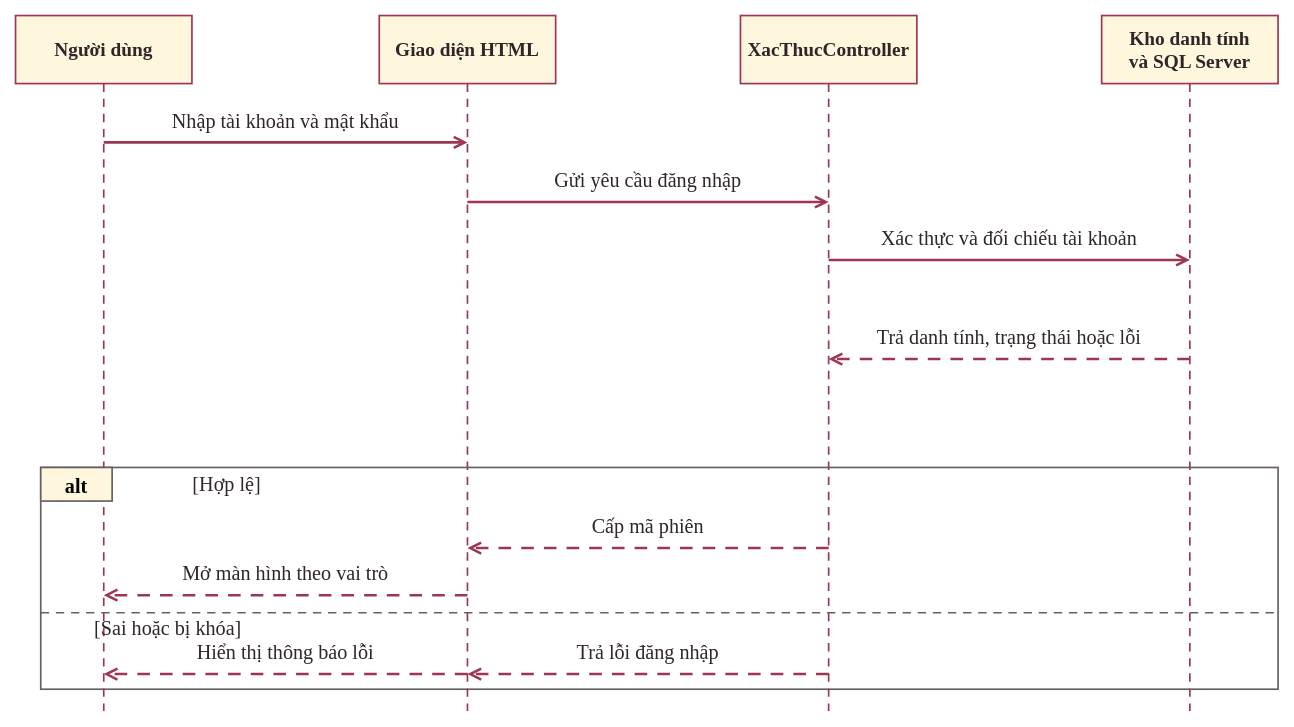
The draw.io diagram 03_So_do_Drawio/05_So_do_tuan_tu/Hinh_3_08_Tuan_tu_dang_nhap_cuc_bo.drawio in truonggiabao24072005-stack/CIV-01-Cong-Mot-Cua, before the edit. Source tidied: cells renumbered, new cells numbered last; positions are measured from the earlier drawing's top-left corner, leaving out a move shared by most shapes. Both pictures are drawn from the tidied source at 84%, with x=0, y=0 at pixel (15, 15).
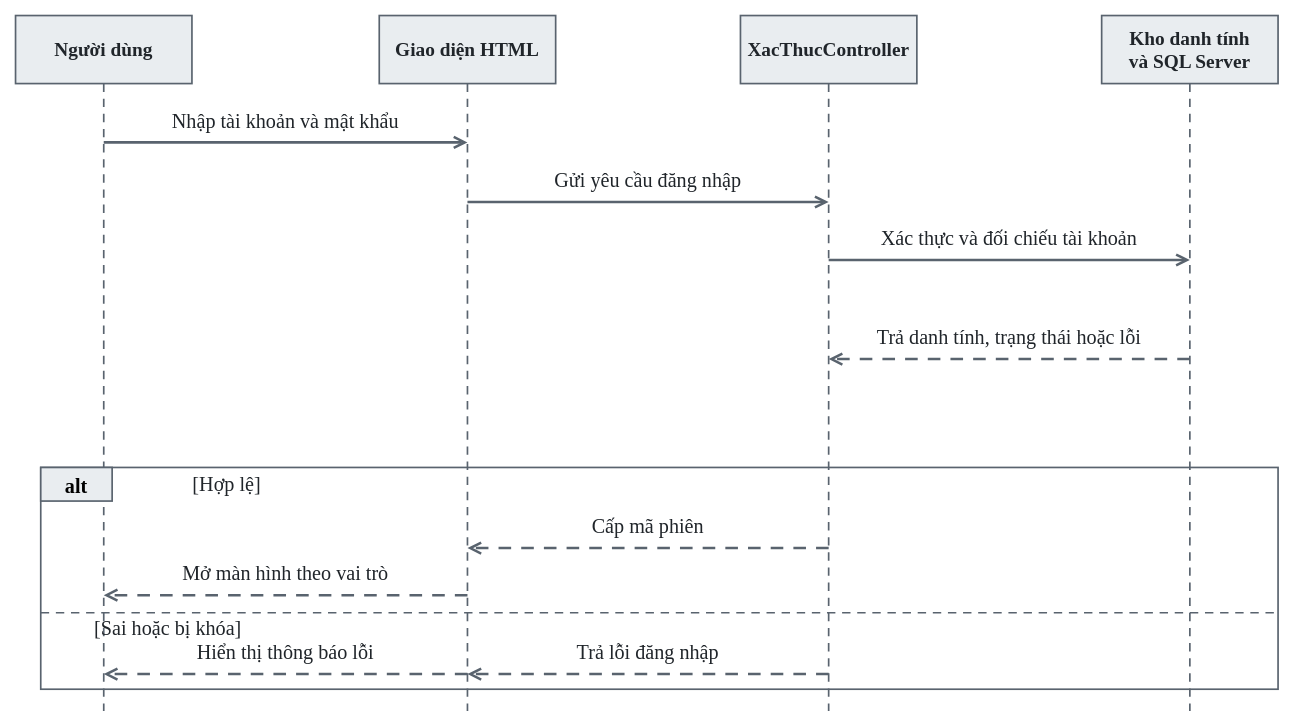
The same diagram, later.

The edit, as a diff of the source:
```diff
@@
-    <mxCell id="2" value="Người dùng" style="rounded=0;whiteSpace=wrap;html=0;verticalAlign=middle;align=center;fillColor=#FFF6DE;strokeColor=#9E3651;strokeWidth=2;fontColor=#302628;fontFamily=Times New Roman;fontStyle=1;fontSize=23;" parent="1" vertex="1">
+    <mxCell id="2" value="Người dùng" style="rounded=0;whiteSpace=wrap;html=0;verticalAlign=middle;align=center;fillColor=#E9EDF0;strokeColor=#59636E;strokeWidth=2;fontColor=#20252A;fontFamily=Times New Roman;fontStyle=1;fontSize=23;" parent="1" vertex="1">
       <mxGeometry width="210" height="81" as="geometry" />
     </mxCell>
-    <mxCell id="3" style="edgeStyle=none;rounded=0;strokeColor=#9E3651;strokeWidth=2;dashed=1;dashPattern=5 4;endArrow=none;endSize=10;endFill=0;exitX=0.5;exitY=1;" parent="1" edge="1" source="2">
+    <mxCell id="3" style="edgeStyle=none;rounded=0;strokeColor=#59636E;strokeWidth=2;dashed=1;dashPattern=5 4;endArrow=none;endSize=10;endFill=0;exitX=0.5;exitY=1;" parent="1" edge="1" source="2">
       <mxGeometry relative="1" as="geometry">
         <mxPoint x="105" y="828" as="targetPoint" />
       </mxGeometry>
     </mxCell>
-    <mxCell id="4" value="Giao diện HTML" style="rounded=0;whiteSpace=wrap;html=0;verticalAlign=middle;align=center;fillColor=#FFF6DE;strokeColor=#9E3651;strokeWidth=2;fontColor=#302628;fontFamily=Times New Roman;fontStyle=1;fontSize=23;" parent="1" vertex="1">
+    <mxCell id="4" value="Giao diện HTML" style="rounded=0;whiteSpace=wrap;html=0;verticalAlign=middle;align=center;fillColor=#E9EDF0;strokeColor=#59636E;strokeWidth=2;fontColor=#20252A;fontFamily=Times New Roman;fontStyle=1;fontSize=23;" parent="1" vertex="1">
       <mxGeometry x="433" width="210" height="81" as="geometry" />
     </mxCell>
-    <mxCell id="5" style="edgeStyle=none;rounded=0;strokeColor=#9E3651;strokeWidth=2;dashed=1;dashPattern=5 4;endArrow=none;endSize=10;endFill=0;exitX=0.5;exitY=1;" parent="1" edge="1" source="4">
+    <mxCell id="5" style="edgeStyle=none;rounded=0;strokeColor=#59636E;strokeWidth=2;dashed=1;dashPattern=5 4;endArrow=none;endSize=10;endFill=0;exitX=0.5;exitY=1;" parent="1" edge="1" source="4">
       <mxGeometry relative="1" as="geometry">
         <mxPoint x="538" y="828" as="targetPoint" />
       </mxGeometry>
     </mxCell>
-    <mxCell id="6" value="XacThucController" style="rounded=0;whiteSpace=wrap;html=0;verticalAlign=middle;align=center;fillColor=#FFF6DE;strokeColor=#9E3651;strokeWidth=2;fontColor=#302628;fontFamily=Times New Roman;fontStyle=1;fontSize=23;" parent="1" vertex="1">
+    <mxCell id="6" value="XacThucController" style="rounded=0;whiteSpace=wrap;html=0;verticalAlign=middle;align=center;fillColor=#E9EDF0;strokeColor=#59636E;strokeWidth=2;fontColor=#20252A;fontFamily=Times New Roman;fontStyle=1;fontSize=23;" parent="1" vertex="1">
       <mxGeometry x="863" width="210" height="81" as="geometry" />
     </mxCell>
-    <mxCell id="7" style="edgeStyle=none;rounded=0;strokeColor=#9E3651;strokeWidth=2;dashed=1;dashPattern=5 4;endArrow=none;endSize=10;endFill=0;exitX=0.5;exitY=1;" parent="1" edge="1" source="6">
+    <mxCell id="7" style="edgeStyle=none;rounded=0;strokeColor=#59636E;strokeWidth=2;dashed=1;dashPattern=5 4;endArrow=none;endSize=10;endFill=0;exitX=0.5;exitY=1;" parent="1" edge="1" source="6">
       <mxGeometry relative="1" as="geometry">
         <mxPoint x="968" y="828" as="targetPoint" />
       </mxGeometry>
     </mxCell>
-    <mxCell id="8" value="Kho danh tính&#10;và SQL Server" style="rounded=0;whiteSpace=wrap;html=0;verticalAlign=middle;align=center;fillColor=#FFF6DE;strokeColor=#9E3651;strokeWidth=2;fontColor=#302628;fontFamily=Times New Roman;fontStyle=1;fontSize=23;" parent="1" vertex="1">
+    <mxCell id="8" value="Kho danh tính&#10;và SQL Server" style="rounded=0;whiteSpace=wrap;html=0;verticalAlign=middle;align=center;fillColor=#E9EDF0;strokeColor=#59636E;strokeWidth=2;fontColor=#20252A;fontFamily=Times New Roman;fontStyle=1;fontSize=23;" parent="1" vertex="1">
       <mxGeometry x="1293" width="210" height="81" as="geometry" />
     </mxCell>
-    <mxCell id="9" style="edgeStyle=none;rounded=0;strokeColor=#9E3651;strokeWidth=2;dashed=1;dashPattern=5 4;endArrow=none;endSize=10;endFill=0;exitX=0.5;exitY=1;" parent="1" edge="1" source="8">
+    <mxCell id="9" style="edgeStyle=none;rounded=0;strokeColor=#59636E;strokeWidth=2;dashed=1;dashPattern=5 4;endArrow=none;endSize=10;endFill=0;exitX=0.5;exitY=1;" parent="1" edge="1" source="8">
       <mxGeometry relative="1" as="geometry">
         <mxPoint x="1398" y="828" as="targetPoint" />
       </mxGeometry>
     </mxCell>
-    <mxCell id="10" style="rounded=0;fillColor=none;strokeColor=#68605F;strokeWidth=2;" parent="1" vertex="1">
+    <mxCell id="10" style="rounded=0;fillColor=none;strokeColor=#59636E;strokeWidth=2;" parent="1" vertex="1">
       <mxGeometry x="30" y="538" width="1473" height="264" as="geometry" />
     </mxCell>
-    <mxCell id="11" value="alt" style="rounded=0;fillColor=#FFF6DE;strokeColor=#68605F;strokeWidth=2;fontFamily=Times New Roman;fontSize=24;fontStyle=1;" parent="1" vertex="1">
+    <mxCell id="11" value="alt" style="rounded=0;fillColor=#E9EDF0;strokeColor=#59636E;strokeWidth=2;fontFamily=Times New Roman;fontSize=24;fontStyle=1;" parent="1" vertex="1">
       <mxGeometry x="30" y="538" width="85" height="40" as="geometry" />
     </mxCell>
-    <mxCell id="12" style="edgeStyle=none;rounded=0;strokeColor=#68605F;strokeWidth=2;dashed=1;dashPattern=5 4;endArrow=none;endSize=10;endFill=0;" parent="1" edge="1">
+    <mxCell id="12" style="edgeStyle=none;rounded=0;strokeColor=#59636E;strokeWidth=2;dashed=1;dashPattern=5 4;endArrow=none;endSize=10;endFill=0;" parent="1" edge="1">
       <mxGeometry relative="1" as="geometry">
         <mxPoint x="30" y="711" as="sourcePoint" />
         <mxPoint x="1503" y="711" as="targetPoint" />
       </mxGeometry>
     </mxCell>
-    <mxCell id="13" value="[Hợp lệ]" style="text;strokeColor=none;fillColor=none;align=left;verticalAlign=middle;whiteSpace=wrap;html=0;fontSize=24;fontFamily=Times New Roman;fontColor=#302628;" parent="1" vertex="1">
+    <mxCell id="13" value="[Hợp lệ]" style="text;strokeColor=none;fillColor=none;align=left;verticalAlign=middle;whiteSpace=wrap;html=0;fontSize=24;fontFamily=Times New Roman;fontColor=#20252A;" parent="1" vertex="1">
       <mxGeometry x="209" y="540" width="170" height="36" as="geometry" />
     </mxCell>
-    <mxCell id="14" value="[Sai hoặc bị khóa]" style="text;strokeColor=none;fillColor=none;align=left;verticalAlign=middle;whiteSpace=wrap;html=0;fontSize=24;fontFamily=Times New Roman;fontColor=#302628;" parent="1" vertex="1">
+    <mxCell id="14" value="[Sai hoặc bị khóa]" style="text;strokeColor=none;fillColor=none;align=left;verticalAlign=middle;whiteSpace=wrap;html=0;fontSize=24;fontFamily=Times New Roman;fontColor=#20252A;" parent="1" vertex="1">
       <mxGeometry x="92" y="712" width="235" height="36" as="geometry" />
     </mxCell>
-    <mxCell id="15" style="edgeStyle=none;rounded=0;strokeColor=#9E3651;strokeWidth=3;dashed=0;dashPattern=5 4;endArrow=open;endSize=10;endFill=0;" parent="1" edge="1">
+    <mxCell id="15" style="edgeStyle=none;rounded=0;strokeColor=#59636E;strokeWidth=3;dashed=0;dashPattern=5 4;endArrow=open;endSize=10;endFill=0;" parent="1" edge="1">
       <mxGeometry relative="1" as="geometry">
         <mxPoint x="105" y="151" as="sourcePoint" />
         <mxPoint x="538" y="151" as="targetPoint" />
       </mxGeometry>
     </mxCell>
-    <mxCell id="16" value="Nhập tài khoản và mật khẩu" style="text;strokeColor=none;fillColor=none;align=center;verticalAlign=middle;whiteSpace=wrap;html=0;fontSize=24;fontFamily=Times New Roman;fontColor=#302628;" parent="1" vertex="1">
+    <mxCell id="16" value="Nhập tài khoản và mật khẩu" style="text;strokeColor=none;fillColor=none;align=center;verticalAlign=middle;whiteSpace=wrap;html=0;fontSize=24;fontFamily=Times New Roman;fontColor=#20252A;" parent="1" vertex="1">
       <mxGeometry x="110" y="109" width="423" height="33" as="geometry" />
     </mxCell>
-    <mxCell id="17" style="edgeStyle=none;rounded=0;strokeColor=#9E3651;strokeWidth=3;dashed=0;dashPattern=5 4;endArrow=open;endSize=10;endFill=0;" parent="1" edge="1">
+    <mxCell id="17" style="edgeStyle=none;rounded=0;strokeColor=#59636E;strokeWidth=3;dashed=0;dashPattern=5 4;endArrow=open;endSize=10;endFill=0;" parent="1" edge="1">
       <mxGeometry relative="1" as="geometry">
         <mxPoint x="538" y="222" as="sourcePoint" />
         <mxPoint x="968" y="222" as="targetPoint" />
       </mxGeometry>
     </mxCell>
-    <mxCell id="18" value="Gửi yêu cầu đăng nhập" style="text;strokeColor=none;fillColor=none;align=center;verticalAlign=middle;whiteSpace=wrap;html=0;fontSize=24;fontFamily=Times New Roman;fontColor=#302628;" parent="1" vertex="1">
+    <mxCell id="18" value="Gửi yêu cầu đăng nhập" style="text;strokeColor=none;fillColor=none;align=center;verticalAlign=middle;whiteSpace=wrap;html=0;fontSize=24;fontFamily=Times New Roman;fontColor=#20252A;" parent="1" vertex="1">
       <mxGeometry x="543" y="180" width="420" height="33" as="geometry" />
     </mxCell>
-    <mxCell id="19" style="edgeStyle=none;rounded=0;strokeColor=#9E3651;strokeWidth=3;dashed=0;dashPattern=5 4;endArrow=open;endSize=10;endFill=0;" parent="1" edge="1">
+    <mxCell id="19" style="edgeStyle=none;rounded=0;strokeColor=#59636E;strokeWidth=3;dashed=0;dashPattern=5 4;endArrow=open;endSize=10;endFill=0;" parent="1" edge="1">
       <mxGeometry relative="1" as="geometry">
         <mxPoint x="968" y="291" as="sourcePoint" />
         <mxPoint x="1398" y="291" as="targetPoint" />
       </mxGeometry>
     </mxCell>
-    <mxCell id="20" value="Xác thực và đối chiếu tài khoản" style="text;strokeColor=none;fillColor=none;align=center;verticalAlign=middle;whiteSpace=wrap;html=0;fontSize=24;fontFamily=Times New Roman;fontColor=#302628;" parent="1" vertex="1">
+    <mxCell id="20" value="Xác thực và đối chiếu tài khoản" style="text;strokeColor=none;fillColor=none;align=center;verticalAlign=middle;whiteSpace=wrap;html=0;fontSize=24;fontFamily=Times New Roman;fontColor=#20252A;" parent="1" vertex="1">
       <mxGeometry x="973" y="249" width="420" height="33" as="geometry" />
     </mxCell>
-    <mxCell id="21" style="edgeStyle=none;rounded=0;strokeColor=#9E3651;strokeWidth=3;dashed=1;dashPattern=5 4;endArrow=open;endSize=10;endFill=0;" parent="1" edge="1">
+    <mxCell id="21" style="edgeStyle=none;rounded=0;strokeColor=#59636E;strokeWidth=3;dashed=1;dashPattern=5 4;endArrow=open;endSize=10;endFill=0;" parent="1" edge="1">
       <mxGeometry relative="1" as="geometry">
         <mxPoint x="1398" y="409" as="sourcePoint" />
         <mxPoint x="968" y="409" as="targetPoint" />
       </mxGeometry>
     </mxCell>
-    <mxCell id="22" value="Trả danh tính, trạng thái hoặc lỗi" style="text;strokeColor=none;fillColor=none;align=center;verticalAlign=middle;whiteSpace=wrap;html=0;fontSize=24;fontFamily=Times New Roman;fontColor=#302628;" parent="1" vertex="1">
+    <mxCell id="22" value="Trả danh tính, trạng thái hoặc lỗi" style="text;strokeColor=none;fillColor=none;align=center;verticalAlign=middle;whiteSpace=wrap;html=0;fontSize=24;fontFamily=Times New Roman;fontColor=#20252A;" parent="1" vertex="1">
       <mxGeometry x="973" y="367" width="420" height="33" as="geometry" />
     </mxCell>
-    <mxCell id="23" style="edgeStyle=none;rounded=0;strokeColor=#9E3651;strokeWidth=3;dashed=1;dashPattern=5 4;endArrow=open;endSize=10;endFill=0;" parent="1" edge="1">
+    <mxCell id="23" style="edgeStyle=none;rounded=0;strokeColor=#59636E;strokeWidth=3;dashed=1;dashPattern=5 4;endArrow=open;endSize=10;endFill=0;" parent="1" edge="1">
       <mxGeometry relative="1" as="geometry">
         <mxPoint x="968" y="634" as="sourcePoint" />
         <mxPoint x="538" y="634" as="targetPoint" />
       </mxGeometry>
     </mxCell>
-    <mxCell id="24" value="Cấp mã phiên" style="text;strokeColor=none;fillColor=none;align=center;verticalAlign=middle;whiteSpace=wrap;html=0;fontSize=24;fontFamily=Times New Roman;fontColor=#302628;" parent="1" vertex="1">
+    <mxCell id="24" value="Cấp mã phiên" style="text;strokeColor=none;fillColor=none;align=center;verticalAlign=middle;whiteSpace=wrap;html=0;fontSize=24;fontFamily=Times New Roman;fontColor=#20252A;" parent="1" vertex="1">
       <mxGeometry x="543" y="592" width="420" height="33" as="geometry" />
     </mxCell>
-    <mxCell id="25" style="edgeStyle=none;rounded=0;strokeColor=#9E3651;strokeWidth=3;dashed=1;dashPattern=5 4;endArrow=open;endSize=10;endFill=0;" parent="1" edge="1">
+    <mxCell id="25" style="edgeStyle=none;rounded=0;strokeColor=#59636E;strokeWidth=3;dashed=1;dashPattern=5 4;endArrow=open;endSize=10;endFill=0;" parent="1" edge="1">
       <mxGeometry relative="1" as="geometry">
         <mxPoint x="538" y="690" as="sourcePoint" />
         <mxPoint x="105" y="690" as="targetPoint" />
       </mxGeometry>
     </mxCell>
-    <mxCell id="26" value="Mở màn hình theo vai trò" style="text;strokeColor=none;fillColor=none;align=center;verticalAlign=middle;whiteSpace=wrap;html=0;fontSize=24;fontFamily=Times New Roman;fontColor=#302628;" parent="1" vertex="1">
+    <mxCell id="26" value="Mở màn hình theo vai trò" style="text;strokeColor=none;fillColor=none;align=center;verticalAlign=middle;whiteSpace=wrap;html=0;fontSize=24;fontFamily=Times New Roman;fontColor=#20252A;" parent="1" vertex="1">
       <mxGeometry x="110" y="648" width="423" height="33" as="geometry" />
     </mxCell>
-    <mxCell id="27" style="edgeStyle=none;rounded=0;strokeColor=#9E3651;strokeWidth=3;dashed=1;dashPattern=5 4;endArrow=open;endSize=10;endFill=0;" parent="1" edge="1">
+    <mxCell id="27" style="edgeStyle=none;rounded=0;strokeColor=#59636E;strokeWidth=3;dashed=1;dashPattern=5 4;endArrow=open;endSize=10;endFill=0;" parent="1" edge="1">
       <mxGeometry relative="1" as="geometry">
         <mxPoint x="968" y="784" as="sourcePoint" />
         <mxPoint x="538" y="784" as="targetPoint" />
       </mxGeometry>
     </mxCell>
-    <mxCell id="28" value="Trả lỗi đăng nhập" style="text;strokeColor=none;fillColor=none;align=center;verticalAlign=middle;whiteSpace=wrap;html=0;fontSize=24;fontFamily=Times New Roman;fontColor=#302628;" parent="1" vertex="1">
+    <mxCell id="28" value="Trả lỗi đăng nhập" style="text;strokeColor=none;fillColor=none;align=center;verticalAlign=middle;whiteSpace=wrap;html=0;fontSize=24;fontFamily=Times New Roman;fontColor=#20252A;" parent="1" vertex="1">
       <mxGeometry x="543" y="742" width="420" height="33" as="geometry" />
     </mxCell>
-    <mxCell id="29" style="edgeStyle=none;rounded=0;strokeColor=#9E3651;strokeWidth=3;dashed=1;dashPattern=5 4;endArrow=open;endSize=10;endFill=0;" parent="1" edge="1">
+    <mxCell id="29" style="edgeStyle=none;rounded=0;strokeColor=#59636E;strokeWidth=3;dashed=1;dashPattern=5 4;endArrow=open;endSize=10;endFill=0;" parent="1" edge="1">
       <mxGeometry relative="1" as="geometry">
         <mxPoint x="538" y="784" as="sourcePoint" />
         <mxPoint x="105" y="784" as="targetPoint" />
       </mxGeometry>
     </mxCell>
-    <mxCell id="30" value="Hiển thị thông báo lỗi" style="text;strokeColor=none;fillColor=none;align=center;verticalAlign=middle;whiteSpace=wrap;html=0;fontSize=24;fontFamily=Times New Roman;fontColor=#302628;" parent="1" vertex="1">
+    <mxCell id="30" value="Hiển thị thông báo lỗi" style="text;strokeColor=none;fillColor=none;align=center;verticalAlign=middle;whiteSpace=wrap;html=0;fontSize=24;fontFamily=Times New Roman;fontColor=#20252A;" parent="1" vertex="1">
       <mxGeometry x="110" y="742" width="423" height="33" as="geometry" />
     </mxCell>
```
